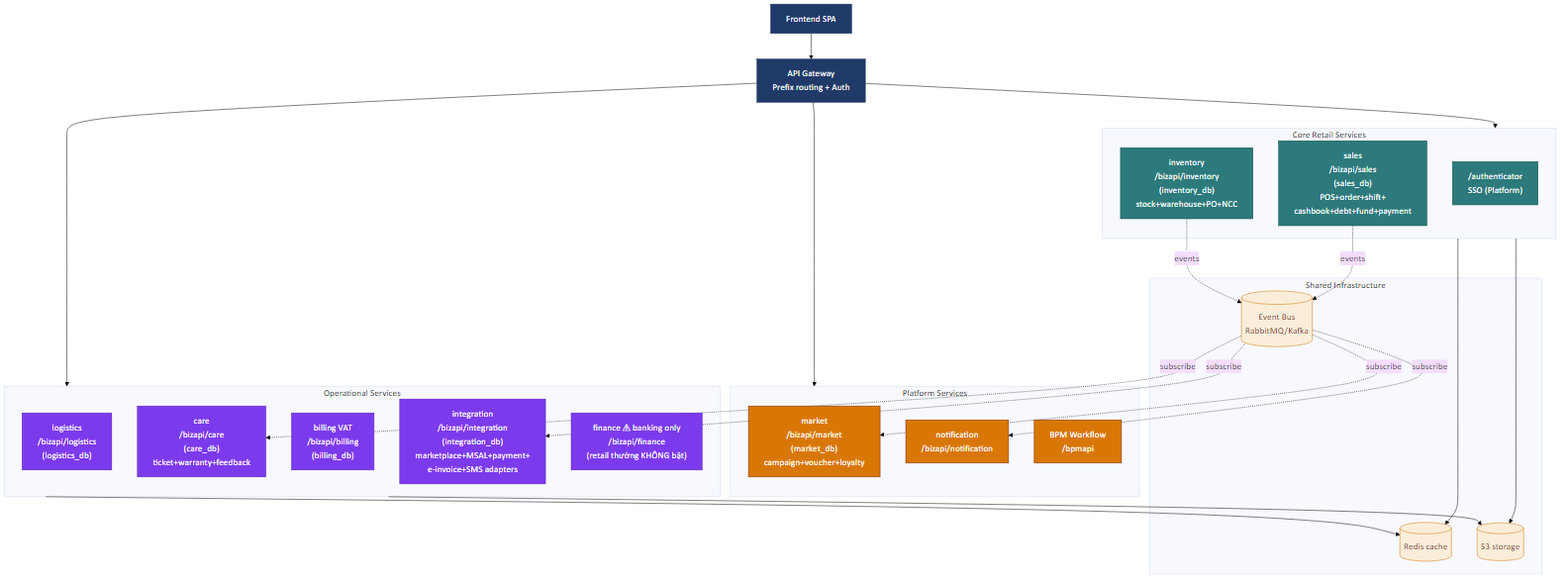
Earlier version of the Mermaid export docs/sa/diagrams/14-backend-architecture.png (ducdung872001/cloud-crm). Its source is kept beside it as docs/sa/diagrams/sources/14-backend-architecture.mmd.
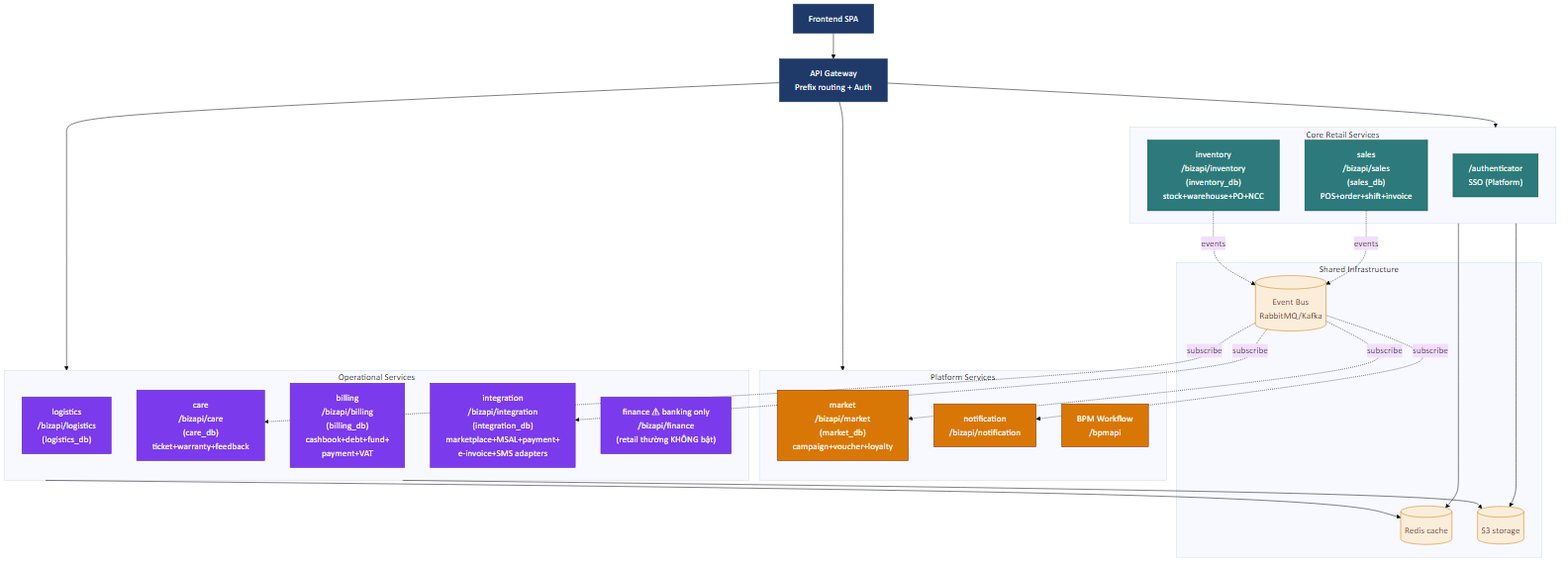
Later version of the same file.

Commit message:
docs(sa): correction — cashbook/debt/fund/payment thuộc billing (không phải sales)

What changed in the source:
```diff
@@ -5,14 +5,14 @@
 
     subgraph CORE["Core Retail Services"]
       AUTH["/authenticator<br/>SSO (Platform)"]
-      SALES["sales<br/>/bizapi/sales<br/>(sales_db)<br/>POS+order+shift+<br/>cashbook+debt+fund+payment"]
+      SALES["sales<br/>/bizapi/sales<br/>(sales_db)<br/>POS+order+shift+invoice"]
       INV["inventory<br/>/bizapi/inventory<br/>(inventory_db)<br/>stock+warehouse+PO+NCC"]
     end
 
     subgraph OPS["Operational Services"]
       LOG["logistics<br/>/bizapi/logistics<br/>(logistics_db)"]
       CARE["care<br/>/bizapi/care<br/>(care_db)<br/>ticket+warranty+feedback"]
-      BILL["billing VAT<br/>/bizapi/billing<br/>(billing_db)"]
+      BILL["billing<br/>/bizapi/billing<br/>(billing_db)<br/>cashbook+debt+fund+<br/>payment+VAT"]
       INTEG["integration<br/>/bizapi/integration<br/>(integration_db)<br/>marketplace+MSAL+payment+<br/>e-invoice+SMS adapters"]
       FIN["finance ⚠ banking only<br/>/bizapi/finance<br/>(retail thường KHÔNG bật)"]
     end
```
